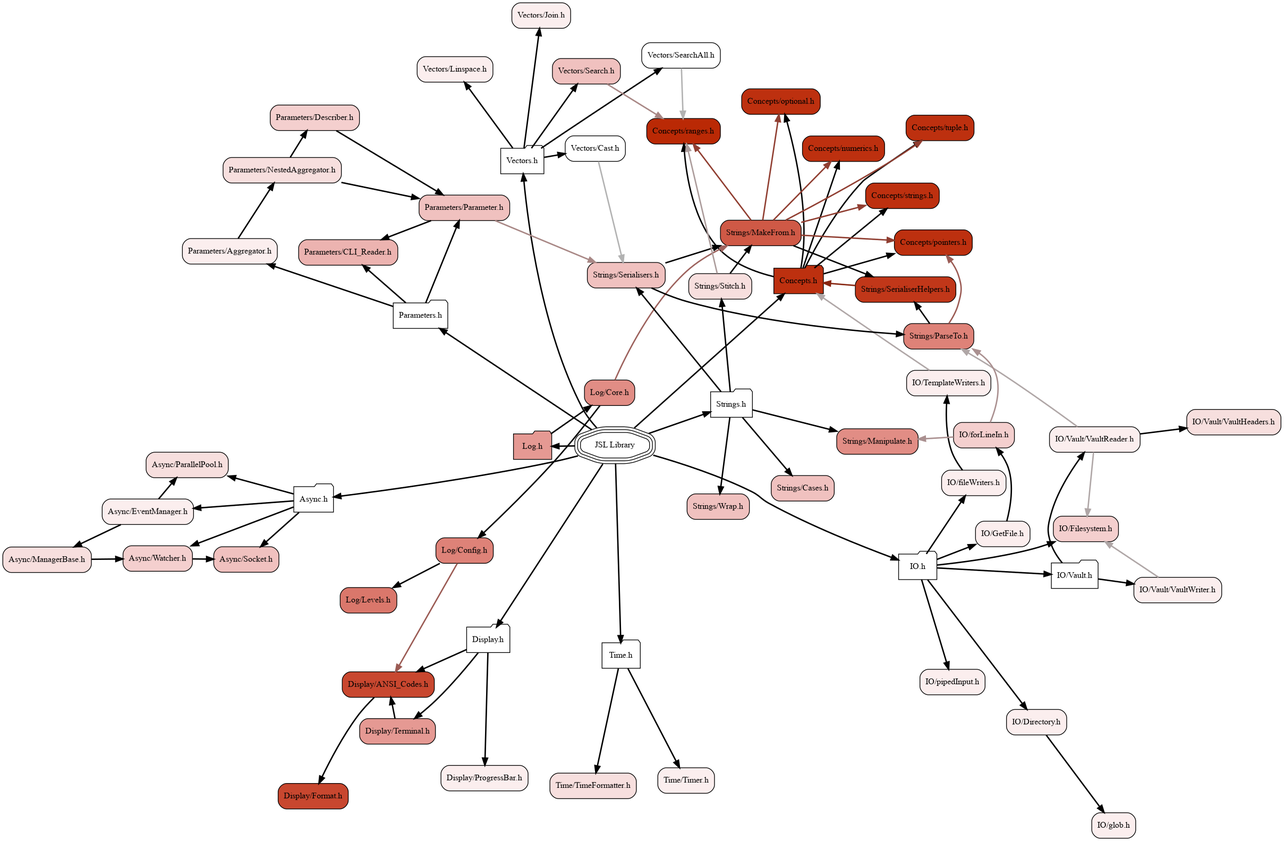
Earlier version of the Graphviz export docs/visualiser/heatmap.png (DrFraserGovil/JSL). Its source is kept beside it as docs/visualiser/heatmap.dot.
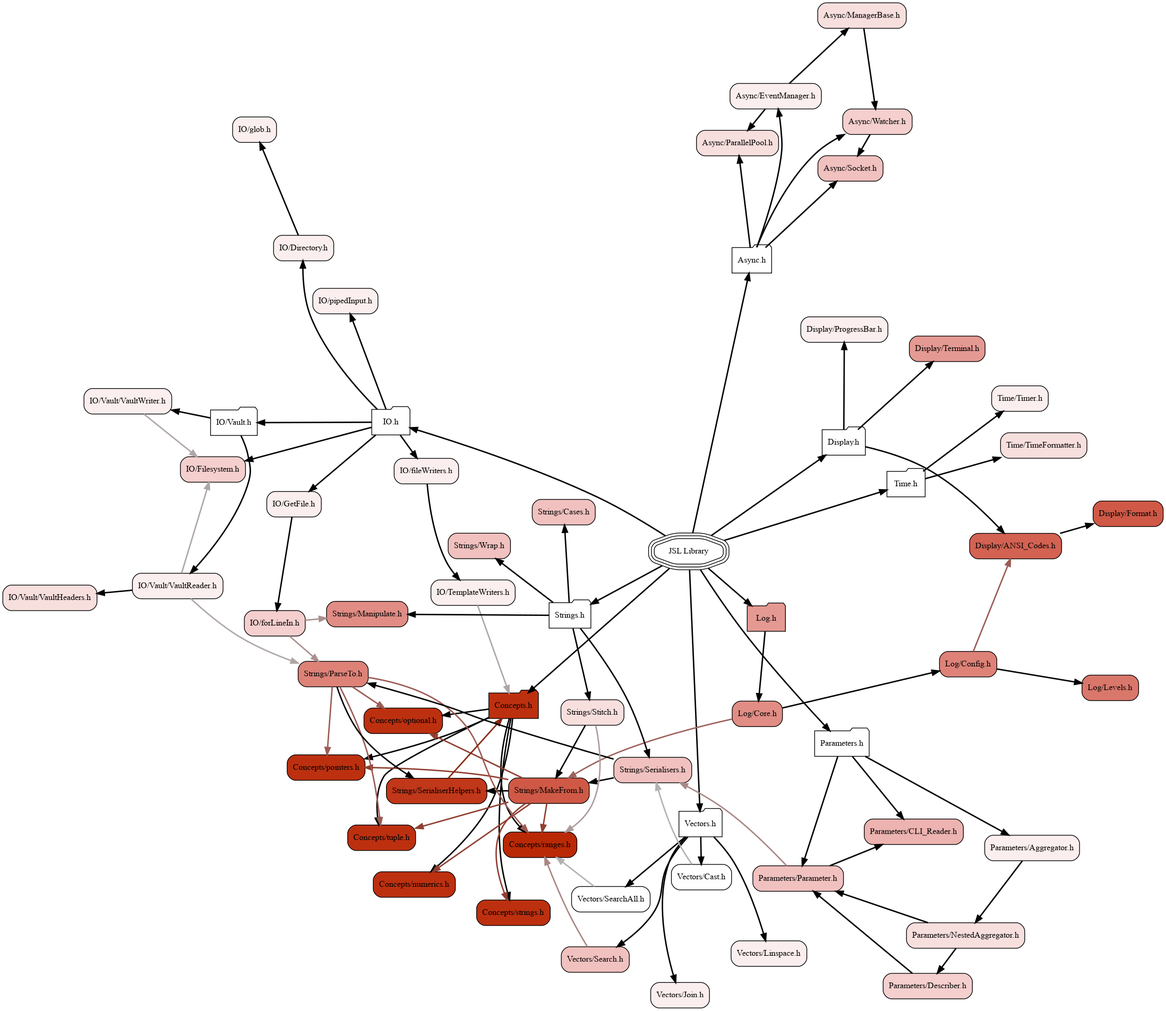
Later version of the same file.

What changed in the source:
```diff
@@ -23,8 +23,8 @@
 	node[fillcolor="#bd300f", style="rounded,filled", shape=box, color="black"] "Concepts/strings.h"              [label="Concepts/strings.h"]
 	node[fillcolor="#bd300f", style="rounded,filled", shape=box, color="black"] "Concepts/tuple.h"                [label="Concepts/tuple.h"]
 	node[fillcolor="#ffffff", style="rounded,filled", shape=folder, color="black"] "Display.h"                       [label="Display.h"]
-	node[fillcolor="#c8472f", style="rounded,filled", shape=box, color="black"] "Display/ANSI_Codes.h"            [label="Display/ANSI_Codes.h"]
-	node[fillcolor="#c8472f", style="rounded,filled", shape=box, color="black"] "Display/Format.h"                [label="Display/Format.h"]
+	node[fillcolor="#d36252", style="rounded,filled", shape=box, color="black"] "Display/ANSI_Codes.h"            [label="Display/ANSI_Codes.h"]
+	node[fillcolor="#cf5946", style="rounded,filled", shape=box, color="black"] "Display/Format.h"                [label="Display/Format.h"]
 	node[fillcolor="#fbeeee", style="rounded,filled", shape=box, color="black"] "Display/ProgressBar.h"           [label="Display/ProgressBar.h"]
 	node[fillcolor="#e59993", style="rounded,filled", shape=box, color="black"] "Display/Terminal.h"              [label="Display/Terminal.h"]
 	node[fillcolor="#ffffff", style="rounded,filled", shape=folder, color="black"] "IO.h"                            [label="IO.h"]
@@ -68,15 +68,15 @@
 	node[fillcolor="#fbeeee", style="rounded,filled", shape=box, color="black"] "Vectors/Linspace.h"              [label="Vectors/Linspace.h"]
 	node[fillcolor="#f0c1bf", style="rounded,filled", shape=box, color="black"] "Vectors/Search.h"                [label="Vectors/Search.h"]
 	node[fillcolor="#ffffff", style="rounded,filled", shape=box, color="black"] "Vectors/SearchAll.h"             [label="Vectors/SearchAll.h"]
-	"JSL.h"                           -> "Concepts.h"[weight=10,penwidth=2]
 	"JSL.h"                           -> "Display.h"[weight=10,penwidth=2]
-	"JSL.h"                           -> "Parameters.h"[weight=10,penwidth=2]
-	"JSL.h"                           -> "Log.h"[weight=10,penwidth=2]
+	"JSL.h"                           -> "Strings.h"[weight=10,penwidth=2]
 	"JSL.h"                           -> "IO.h"[weight=10,penwidth=2]
 	"JSL.h"                           -> "Time.h"[weight=10,penwidth=2]
-	"JSL.h"                           -> "Strings.h"[weight=10,penwidth=2]
+	"JSL.h"                           -> "Vectors.h"[weight=10,penwidth=2]
+	"JSL.h"                           -> "Log.h"[weight=10,penwidth=2]
 	"JSL.h"                           -> "Async.h"[weight=10,penwidth=2]
-	"JSL.h"                           -> "Vectors.h"[weight=10,penwidth=2]
+	"JSL.h"                           -> "Parameters.h"[weight=10,penwidth=2]
+	"JSL.h"                           -> "Concepts.h"[weight=10,penwidth=2]
 	"Async.h"                         -> "Async/Socket.h"[weight=10,penwidth=2]
 	"Async.h"                         -> "Async/Watcher.h"[weight=10,penwidth=2]
 	"Async.h"                         -> "Async/EventManager.h"[weight=10,penwidth=2]
@@ -85,21 +85,20 @@
 	"Async/EventManager.h"            -> "Async/ParallelPool.h"[weight=10,penwidth=2]
 	"Async/ManagerBase.h"             -> "Async/Watcher.h"[weight=10,penwidth=2]
 	"Async/Watcher.h"                 -> "Async/Socket.h"[weight=10,penwidth=2]
+	"Concepts.h"                      -> "Concepts/strings.h"[weight=10,penwidth=2]
+	"Concepts.h"                      -> "Concepts/optional.h"[weight=10,penwidth=2]
+	"Concepts.h"                      -> "Concepts/tuple.h"[weight=10,penwidth=2]
 	"Concepts.h"                      -> "Concepts/pointers.h"[weight=10,penwidth=2]
-	"Concepts.h"                      -> "Concepts/tuple.h"[weight=10,penwidth=2]
-	"Concepts.h"                      -> "Concepts/strings.h"[weight=10,penwidth=2]
 	"Concepts.h"                      -> "Concepts/numerics.h"[weight=10,penwidth=2]
-	"Concepts.h"                      -> "Concepts/optional.h"[weight=10,penwidth=2]
 	"Concepts.h"                      -> "Concepts/ranges.h"[weight=10,penwidth=2]
 	"Display.h"                       -> "Display/ProgressBar.h"[weight=10,penwidth=2]
 	"Display.h"                       -> "Display/Terminal.h"[weight=10,penwidth=2]
 	"Display.h"                       -> "Display/ANSI_Codes.h"[weight=10,penwidth=2]
 	"Display/ANSI_Codes.h"            -> "Display/Format.h"[weight=10,penwidth=2]
-	"Display/Terminal.h"              -> "Display/ANSI_Codes.h"[weight=10,penwidth=2]
+	"IO.h"                            -> "IO/fileWriters.h"[weight=10,penwidth=2]
+	"IO.h"                            -> "IO/GetFile.h"[weight=10,penwidth=2]
 	"IO.h"                            -> "IO/Vault.h"[weight=10,penwidth=2]
-	"IO.h"                            -> "IO/GetFile.h"[weight=10,penwidth=2]
 	"IO.h"                            -> "IO/pipedInput.h"[weight=10,penwidth=2]
-	"IO.h"                            -> "IO/fileWriters.h"[weight=10,penwidth=2]
 	"IO.h"                            -> "IO/Directory.h"[weight=10,penwidth=2]
 	"IO.h"                            -> "IO/Filesystem.h"[weight=10,penwidth=2]
 	"IO/Directory.h"                  -> "IO/glob.h"[weight=10,penwidth=2]
@@ -107,16 +106,16 @@
 	"IO/TemplateWriters.h"            -> "Concepts.h"[weight=0,penwidth=2,color="#afa6a6"]
 	"IO/Vault.h"                      -> "IO/Vault/VaultWriter.h"[weight=10,penwidth=2]
 	"IO/Vault.h"                      -> "IO/Vault/VaultReader.h"[weight=10,penwidth=2]
-	"IO/Vault/VaultReader.h"          -> "Strings/ParseTo.h"[weight=0,penwidth=2,color="#afa6a6"]
 	"IO/Vault/VaultReader.h"          -> "IO/Vault/VaultHeaders.h"[weight=10,penwidth=2]
 	"IO/Vault/VaultReader.h"          -> "IO/Filesystem.h"[weight=0,penwidth=2,color="#afa6a6"]
+	"IO/Vault/VaultReader.h"          -> "Strings/ParseTo.h"[weight=0,penwidth=2,color="#afa6a6"]
 	"IO/Vault/VaultWriter.h"          -> "IO/Filesystem.h"[weight=0,penwidth=2,color="#afa6a6"]
 	"IO/fileWriters.h"                -> "IO/TemplateWriters.h"[weight=10,penwidth=2]
+	"IO/forLineIn.h"                  -> "Strings/Manipulate.h"[weight=0,penwidth=2,color="#aa9090"]
 	"IO/forLineIn.h"                  -> "Strings/ParseTo.h"[weight=0,penwidth=2,color="#aa9090"]
-	"IO/forLineIn.h"                  -> "Strings/Manipulate.h"[weight=0,penwidth=2,color="#aa9090"]
 	"Log.h"                           -> "Log/Core.h"[weight=10,penwidth=2]
+	"Log/Config.h"                    -> "Log/Levels.h"[weight=10,penwidth=2]
 	"Log/Config.h"                    -> "Display/ANSI_Codes.h"[weight=0,penwidth=2,color="#9b5b54"]
-	"Log/Config.h"                    -> "Log/Levels.h"[weight=10,penwidth=2]
 	"Log/Core.h"                      -> "Log/Config.h"[weight=10,penwidth=2]
 	"Log/Core.h"                      -> "Strings/MakeFrom.h"[weight=0,penwidth=2,color="#9d625d"]
 	"Parameters.h"                    -> "Parameters/Parameter.h"[weight=10,penwidth=2]
@@ -124,8 +123,8 @@
 	"Parameters.h"                    -> "Parameters/CLI_Reader.h"[weight=10,penwidth=2]
 	"Parameters/Aggregator.h"         -> "Parameters/NestedAggregator.h"[weight=10,penwidth=2]
 	"Parameters/Describer.h"          -> "Parameters/Parameter.h"[weight=10,penwidth=2]
+	"Parameters/NestedAggregator.h"   -> "Parameters/Parameter.h"[weight=10,penwidth=2]
 	"Parameters/NestedAggregator.h"   -> "Parameters/Describer.h"[weight=10,penwidth=2]
-	"Parameters/NestedAggregator.h"   -> "Parameters/Parameter.h"[weight=10,penwidth=2]
 	"Parameters/Parameter.h"          -> "Parameters/CLI_Reader.h"[weight=10,penwidth=2]
 	"Parameters/Parameter.h"          -> "Strings/Serialisers.h"[weight=0,penwidth=2,color="#a88785"]
 	"Strings.h"                       -> "Strings/Serialisers.h"[weight=10,penwidth=2]
@@ -134,14 +133,17 @@
 	"Strings.h"                       -> "Strings/Stitch.h"[weight=10,penwidth=2]
 	"Strings.h"                       -> "Strings/Wrap.h"[weight=10,penwidth=2]
 	"Strings/MakeFrom.h"              -> "Strings/SerialiserHelpers.h"[weight=10,penwidth=2]
+	"Strings/MakeFrom.h"              -> "Concepts/strings.h"[weight=0,penwidth=2,color="#903e31"]
+	"Strings/MakeFrom.h"              -> "Concepts/optional.h"[weight=0,penwidth=2,color="#903e31"]
+	"Strings/MakeFrom.h"              -> "Concepts/tuple.h"[weight=0,penwidth=2,color="#903e31"]
 	"Strings/MakeFrom.h"              -> "Concepts/pointers.h"[weight=0,penwidth=2,color="#903e31"]
+	"Strings/MakeFrom.h"              -> "Concepts/numerics.h"[weight=0,penwidth=2,color="#903e31"]
 	"Strings/MakeFrom.h"              -> "Concepts/ranges.h"[weight=0,penwidth=2,color="#903e31"]
-	"Strings/MakeFrom.h"              -> "Concepts/tuple.h"[weight=0,penwidth=2,color="#903e31"]
-	"Strings/MakeFrom.h"              -> "Concepts/strings.h"[weight=0,penwidth=2,color="#903e31"]
-	"Strings/MakeFrom.h"              -> "Concepts/numerics.h"[weight=0,penwidth=2,color="#903e31"]
-	"Strings/MakeFrom.h"              -> "Concepts/optional.h"[weight=0,penwidth=2,color="#903e31"]
 	"Strings/ParseTo.h"               -> "Strings/SerialiserHelpers.h"[weight=10,penwidth=2]
+	"Strings/ParseTo.h"               -> "Concepts/optional.h"[weight=0,penwidth=2,color="#9b5b54"]
+	"Strings/ParseTo.h"               -> "Concepts/tuple.h"[weight=0,penwidth=2,color="#9b5b54"]
 	"Strings/ParseTo.h"               -> "Concepts/pointers.h"[weight=0,penwidth=2,color="#9b5b54"]
+	"Strings/ParseTo.h"               -> "Concepts/ranges.h"[weight=0,penwidth=2,color="#9b5b54"]
 	"Strings/SerialiserHelpers.h"     -> "Concepts.h"[weight=0,penwidth=2,color="#872611"]
 	"Strings/Serialisers.h"           -> "Strings/MakeFrom.h"[weight=10,penwidth=2]
 	"Strings/Serialisers.h"           -> "Strings/ParseTo.h"[weight=10,penwidth=2]
```
